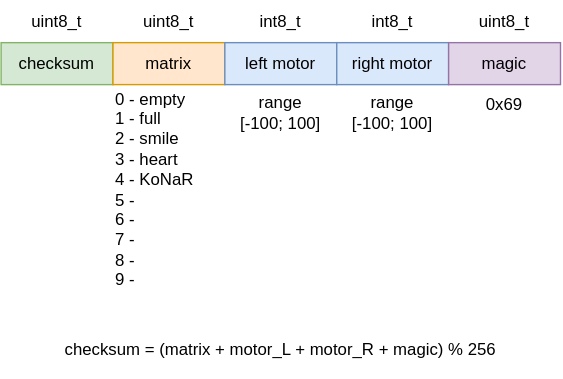
Before: docs/frame.drawio.svg, a diagram exported from draw.io (Eryk-Mozdzen/rysiek). Source tidied: cells renumbered, new cells last; positions are measured from the earlier drawing's top-left corner, leaving out a move shared by most shapes.
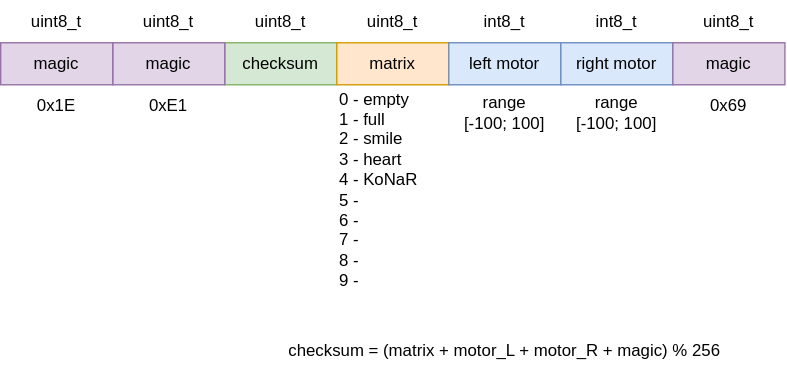
Later version of the same file.

Diff of the diagram source:
```diff
@@ -47,5 +47,23 @@
     <mxCell id="16" value="0x69" style="text;html=1;strokeColor=none;fillColor=none;align=center;verticalAlign=middle;whiteSpace=wrap;rounded=0;" parent="1" vertex="1">
       <mxGeometry x="320" y="60" width="80" height="30" as="geometry" />
     </mxCell>
+    <mxCell id="17" value="magic" style="rounded=0;whiteSpace=wrap;html=1;fillColor=#e1d5e7;strokeColor=#9673a6;" parent="1" vertex="1">
+      <mxGeometry x="-80" y="30" width="80" height="30" as="geometry" />
+    </mxCell>
+    <mxCell id="18" value="uint8_t" style="text;html=1;strokeColor=none;fillColor=none;align=center;verticalAlign=middle;whiteSpace=wrap;rounded=0;" parent="1" vertex="1">
+      <mxGeometry x="-70" width="60" height="30" as="geometry" />
+    </mxCell>
+    <mxCell id="19" value="0xE1" style="text;html=1;strokeColor=none;fillColor=none;align=center;verticalAlign=middle;whiteSpace=wrap;rounded=0;" parent="1" vertex="1">
+      <mxGeometry x="-80" y="60" width="80" height="30" as="geometry" />
+    </mxCell>
+    <mxCell id="20" value="magic" style="rounded=0;whiteSpace=wrap;html=1;fillColor=#e1d5e7;strokeColor=#9673a6;" parent="1" vertex="1">
+      <mxGeometry x="-160" y="30" width="80" height="30" as="geometry" />
+    </mxCell>
+    <mxCell id="21" value="0x1E" style="text;html=1;strokeColor=none;fillColor=none;align=center;verticalAlign=middle;whiteSpace=wrap;rounded=0;" parent="1" vertex="1">
+      <mxGeometry x="-160" y="60" width="80" height="30" as="geometry" />
+    </mxCell>
+    <mxCell id="22" value="uint8_t" style="text;html=1;strokeColor=none;fillColor=none;align=center;verticalAlign=middle;whiteSpace=wrap;rounded=0;" parent="1" vertex="1">
+      <mxGeometry x="-150" width="60" height="30" as="geometry" />
+    </mxCell>
   </root>
 </mxGraphModel>
```
